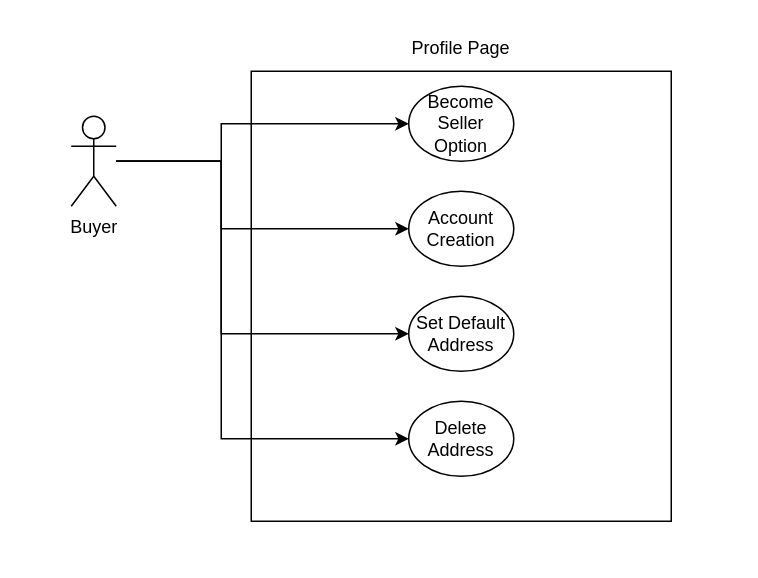
Above: ProfilepageUCD-Buyer.drawio in AlexTheVeil/IntrotoSEProject (draw.io), before the change. Source tidied: cells renumbered, new cells numbered last; positions are measured from the earlier drawing's top-left corner, leaving out a move shared by most shapes. Both pictures are drawn from the tidied source at 150%, with x=0, y=0 at pixel (70, 26).
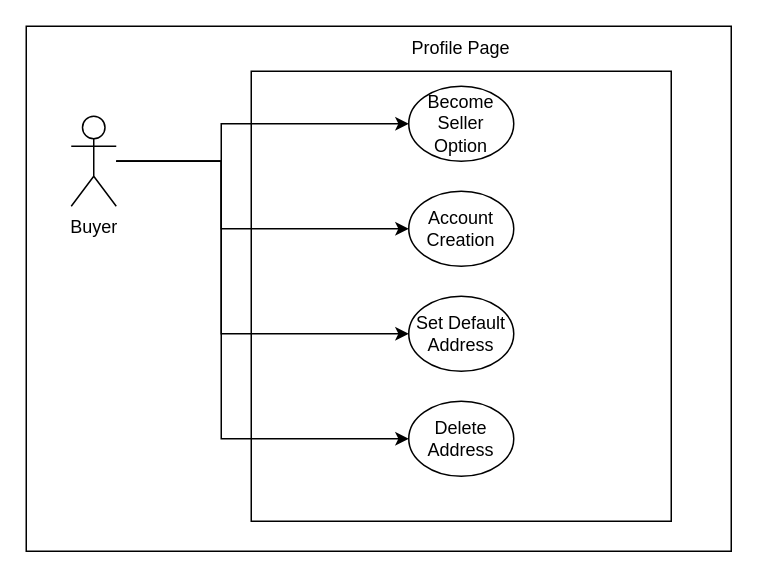
The same page after the edit.

The edit, as a diff of the source:
```diff
@@
+    <mxCell id="13" style="rounded=0;whiteSpace=wrap;html=1;" parent="1" vertex="1">
+      <mxGeometry x="-30" width="470" height="350" as="geometry" />
+    </mxCell>
```
